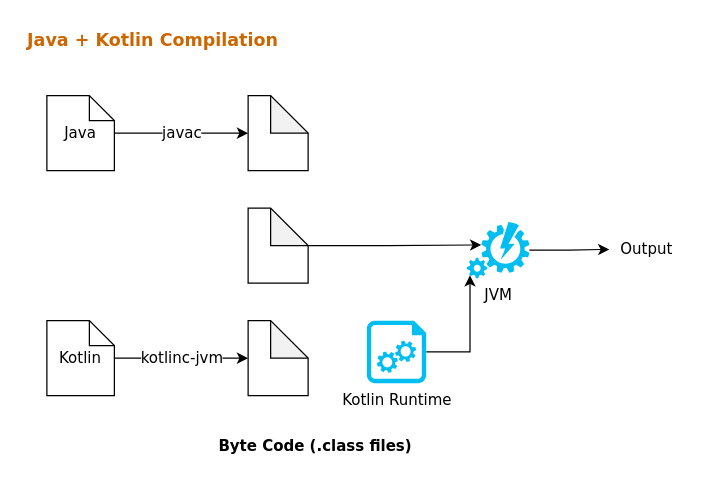
Above: page "Page-2" (2 of 4) of Tutorial - Kotlin/Kotlin Tutorial For Beginners/Kotlin Tutorial For Beginners - 01 Hello World.drawio in rzrasel/temp-and-app (draw.io), before the change. Source tidied: cells renumbered, new cells numbered last; positions are measured from the earlier drawing's top-left corner, leaving out a move shared by most shapes. Both pictures are drawn from the tidied source at 125%, with x=0, y=0 at pixel (21, 21).
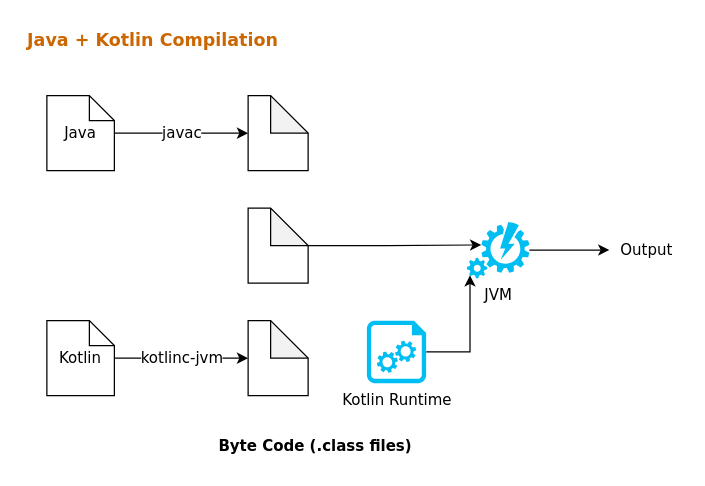
The same page after the edit.

What changed in the source:
```diff
@@
 <mxGraphModel>
   <root>
     <mxCell id="0" />
     <mxCell id="1" parent="0" />
     <mxCell id="2" value="Java + Kotlin Compilation" style="text;html=1;strokeColor=none;fillColor=none;align=center;verticalAlign=middle;whiteSpace=wrap;rounded=0;fontFamily=Verdana;fontSize=14;fontColor=#CC6600;fontStyle=1;" parent="1" vertex="1">
       <mxGeometry width="210" height="30" as="geometry" />
     </mxCell>
     <mxCell id="3" style="shape=note;whiteSpace=wrap;html=1;backgroundOutline=1;darkOpacity=0.05;fontFamily=Verdana;fontSize=12;fontColor=#000000;" parent="1" vertex="1">
       <mxGeometry x="181" y="59" width="48" height="60" as="geometry" />
     </mxCell>
     <mxCell id="4" style="edgeStyle=orthogonalEdgeStyle;rounded=0;jettySize=auto;html=1;entryX=0.23;entryY=0.41;entryDx=0;entryDy=0;entryPerimeter=0;fontFamily=Verdana;fontSize=12;fontColor=#000000;" parent="1" edge="1" source="5" target="12">
       <mxGeometry relative="1" as="geometry" />
     </mxCell>
     <mxCell id="5" style="shape=note;whiteSpace=wrap;html=1;backgroundOutline=1;darkOpacity=0.05;fontFamily=Verdana;fontSize=12;fontColor=#000000;" parent="1" vertex="1">
       <mxGeometry x="181" y="149" width="48" height="60" as="geometry" />
     </mxCell>
     <mxCell id="6" style="shape=note;whiteSpace=wrap;html=1;backgroundOutline=1;darkOpacity=0.05;fontFamily=Verdana;fontSize=12;fontColor=#000000;" parent="1" vertex="1">
       <mxGeometry x="181" y="239" width="48" height="60" as="geometry" />
     </mxCell>
     <mxCell id="7" value="javac" style="edgeStyle=orthogonalEdgeStyle;rounded=0;jettySize=auto;html=1;entryX=0;entryY=0.5;entryDx=0;entryDy=0;entryPerimeter=0;fontFamily=Verdana;fontSize=12;fontColor=#000000;" parent="1" edge="1" source="8" target="3">
       <mxGeometry relative="1" as="geometry" />
     </mxCell>
     <mxCell id="8" value="Java" style="shape=note;size=20;whiteSpace=wrap;html=1;fontFamily=Verdana;fontSize=12;fontColor=#000000;" parent="1" vertex="1">
       <mxGeometry x="20" y="59" width="54" height="60" as="geometry" />
     </mxCell>
     <mxCell id="9" value="kotlinc-jvm" style="edgeStyle=orthogonalEdgeStyle;rounded=0;jettySize=auto;html=1;entryX=0;entryY=0.5;entryDx=0;entryDy=0;entryPerimeter=0;fontFamily=Verdana;fontSize=12;fontColor=#000000;" parent="1" edge="1" source="10" target="6">
       <mxGeometry relative="1" as="geometry" />
     </mxCell>
     <mxCell id="10" value="Kotlin" style="shape=note;size=20;whiteSpace=wrap;html=1;fontFamily=Verdana;fontSize=12;fontColor=#000000;" parent="1" vertex="1">
       <mxGeometry x="20" y="239" width="54" height="60" as="geometry" />
     </mxCell>
-    <mxCell id="11" style="edgeStyle=orthogonalEdgeStyle;rounded=0;jettySize=auto;html=1;fontFamily=Verdana;fontSize=12;fontColor=#000000;" parent="1" edge="1" source="12" target="15">
+    <mxCell id="11" style="edgeStyle=orthogonalEdgeStyle;rounded=0;jettySize=auto;html=1;entryX=0;entryY=0.5;entryDx=0;entryDy=0;" parent="1" edge="1" source="12" target="15">
       <mxGeometry relative="1" as="geometry" />
     </mxCell>
     <mxCell id="12" value="JVM" style="verticalLabelPosition=bottom;html=1;verticalAlign=top;align=center;strokeColor=none;fillColor=#00BEF2;shape=mxgraph.azure.automation;fontFamily=Verdana;fontSize=12;fontColor=#000000;" parent="1" vertex="1">
       <mxGeometry x="356" y="160" width="50" height="45" as="geometry" />
     </mxCell>
     <mxCell id="13" style="edgeStyle=orthogonalEdgeStyle;rounded=0;jettySize=auto;html=1;entryX=0.05;entryY=0.95;entryDx=0;entryDy=0;entryPerimeter=0;fontFamily=Verdana;fontSize=12;fontColor=#000000;" parent="1" edge="1" source="14" target="12">
       <mxGeometry relative="1" as="geometry" />
     </mxCell>
     <mxCell id="14" value="Kotlin Runtime" style="verticalLabelPosition=bottom;html=1;verticalAlign=top;align=center;strokeColor=none;fillColor=#00BEF2;shape=mxgraph.azure.startup_task;fontFamily=Verdana;fontSize=12;fontColor=#000000;" parent="1" vertex="1">
       <mxGeometry x="276" y="239" width="47.5" height="50" as="geometry" />
     </mxCell>
     <mxCell id="15" value="Output" style="text;html=1;strokeColor=none;fillColor=none;align=center;verticalAlign=middle;whiteSpace=wrap;rounded=0;fontFamily=Verdana;fontSize=12;fontColor=#000000;" parent="1" vertex="1">
-      <mxGeometry x="470" y="167" width="60" height="30" as="geometry" />
+      <mxGeometry x="470" y="167.5" width="60" height="30" as="geometry" />
     </mxCell>
     <mxCell id="16" value="Byte Code (.class files)" style="text;html=1;strokeColor=none;fillColor=none;align=center;verticalAlign=middle;whiteSpace=wrap;rounded=0;fontFamily=Verdana;fontSize=12;fontColor=#000000;fontStyle=1;" parent="1" vertex="1">
       <mxGeometry x="130" y="325" width="210" height="30" as="geometry" />
     </mxCell>
   </root>
 </mxGraphModel>
```
